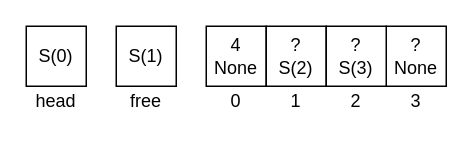
Before: figs/first.drawio in perlindgren/inplace-sort, a draw.io diagram. Source tidied: cells renumbered, new cells numbered last; positions are measured from the earlier drawing's top-left corner, leaving out a move shared by most shapes. Both pictures are drawn from the tidied source at 150%, with x=0, y=0 at pixel (26, 26).
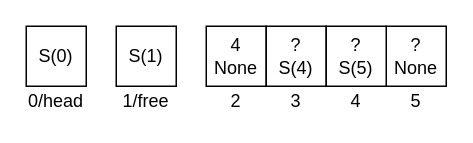
Above is the later version.

What changed in the source:
```diff
@@
 <mxGraphModel>
   <root>
     <mxCell id="0" />
     <mxCell id="1" parent="0" />
     <mxCell id="2" value="4&lt;br&gt;&lt;div&gt;None&lt;/div&gt;" style="whiteSpace=wrap;html=1;" parent="1" vertex="1">
       <mxGeometry x="120" width="40" height="40" as="geometry" />
     </mxCell>
-    <mxCell id="3" value="?&lt;br&gt;&lt;div&gt;S(2)&lt;/div&gt;" style="whiteSpace=wrap;html=1;" parent="1" vertex="1">
+    <mxCell id="3" value="?&lt;br&gt;&lt;div&gt;S(4)&lt;/div&gt;" style="whiteSpace=wrap;html=1;" parent="1" vertex="1">
       <mxGeometry x="160" width="40" height="40" as="geometry" />
     </mxCell>
     <mxCell id="4" value="?&lt;br&gt;&lt;div&gt;None&lt;/div&gt;" style="whiteSpace=wrap;html=1;" parent="1" vertex="1">
       <mxGeometry x="240" width="40" height="40" as="geometry" />
     </mxCell>
-    <mxCell id="5" value="?&lt;br&gt;&lt;div&gt;S(3)&lt;/div&gt;" style="whiteSpace=wrap;html=1;" parent="1" vertex="1">
+    <mxCell id="5" value="?&lt;br&gt;&lt;div&gt;S(5)&lt;/div&gt;" style="whiteSpace=wrap;html=1;" parent="1" vertex="1">
       <mxGeometry x="200" width="40" height="40" as="geometry" />
     </mxCell>
     <mxCell id="6" value="S(1)" style="rounded=0;whiteSpace=wrap;html=1;" parent="1" vertex="1">
       <mxGeometry x="60" width="40" height="40" as="geometry" />
     </mxCell>
     <mxCell id="7" value="S(0)" style="rounded=0;whiteSpace=wrap;html=1;" parent="1" vertex="1">
       <mxGeometry width="40" height="40" as="geometry" />
     </mxCell>
-    <mxCell id="8" value="head" style="text;html=1;whiteSpace=wrap;strokeColor=none;fillColor=none;align=center;verticalAlign=middle;rounded=0;" parent="1" vertex="1">
+    <mxCell id="8" value="0/head" style="text;html=1;whiteSpace=wrap;strokeColor=none;fillColor=none;align=center;verticalAlign=middle;rounded=0;" parent="1" vertex="1">
       <mxGeometry y="40" width="40" height="20" as="geometry" />
     </mxCell>
-    <mxCell id="9" value="free" style="text;html=1;whiteSpace=wrap;strokeColor=none;fillColor=none;align=center;verticalAlign=middle;rounded=0;" parent="1" vertex="1">
+    <mxCell id="9" value="1/free" style="text;html=1;whiteSpace=wrap;strokeColor=none;fillColor=none;align=center;verticalAlign=middle;rounded=0;" parent="1" vertex="1">
       <mxGeometry x="60" y="40" width="40" height="20" as="geometry" />
     </mxCell>
-    <mxCell id="10" value="0" style="text;html=1;whiteSpace=wrap;strokeColor=none;fillColor=none;align=center;verticalAlign=middle;rounded=0;" parent="1" vertex="1">
+    <mxCell id="10" value="2" style="text;html=1;whiteSpace=wrap;strokeColor=none;fillColor=none;align=center;verticalAlign=middle;rounded=0;" parent="1" vertex="1">
       <mxGeometry x="120" y="40" width="40" height="20" as="geometry" />
     </mxCell>
-    <mxCell id="11" value="1" style="text;html=1;whiteSpace=wrap;strokeColor=none;fillColor=none;align=center;verticalAlign=middle;rounded=0;" parent="1" vertex="1">
+    <mxCell id="11" value="3" style="text;html=1;whiteSpace=wrap;strokeColor=none;fillColor=none;align=center;verticalAlign=middle;rounded=0;" parent="1" vertex="1">
       <mxGeometry x="160" y="40" width="40" height="20" as="geometry" />
     </mxCell>
-    <mxCell id="12" value="2" style="text;html=1;whiteSpace=wrap;strokeColor=none;fillColor=none;align=center;verticalAlign=middle;rounded=0;" parent="1" vertex="1">
+    <mxCell id="12" value="4" style="text;html=1;whiteSpace=wrap;strokeColor=none;fillColor=none;align=center;verticalAlign=middle;rounded=0;" parent="1" vertex="1">
       <mxGeometry x="200" y="40" width="40" height="20" as="geometry" />
     </mxCell>
-    <mxCell id="13" value="3" style="text;html=1;whiteSpace=wrap;strokeColor=none;fillColor=none;align=center;verticalAlign=middle;rounded=0;" parent="1" vertex="1">
+    <mxCell id="13" value="5" style="text;html=1;whiteSpace=wrap;strokeColor=none;fillColor=none;align=center;verticalAlign=middle;rounded=0;" parent="1" vertex="1">
       <mxGeometry x="240" y="40" width="40" height="20" as="geometry" />
     </mxCell>
   </root>
 </mxGraphModel>
```
